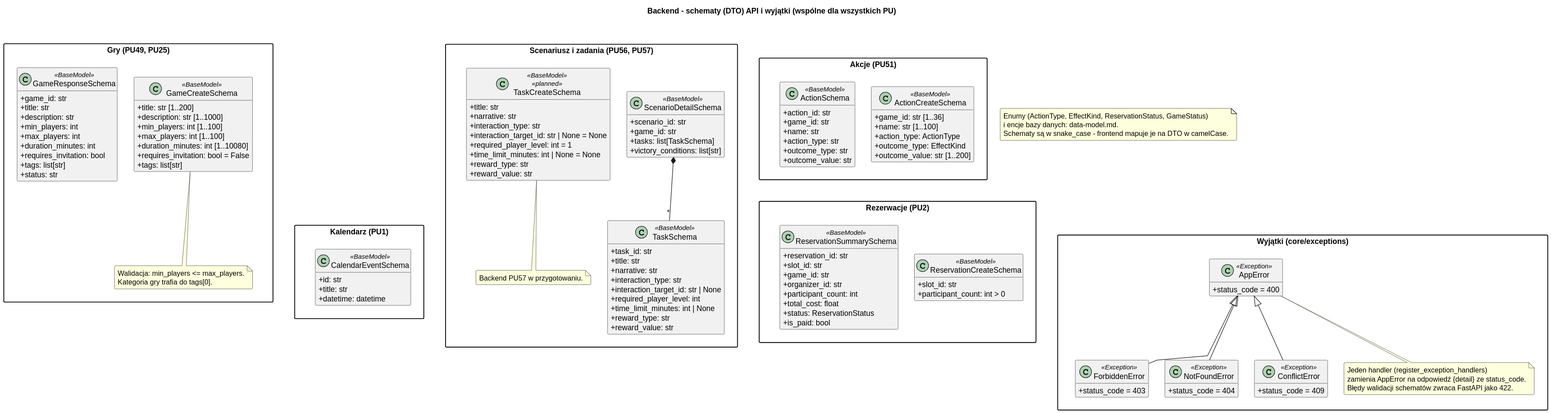
Igor-Ochocki/POP-2026Z keeps this PlantUML diagram as diagrams/backend/rendered/interfaces.svg. Above is the earlier version.
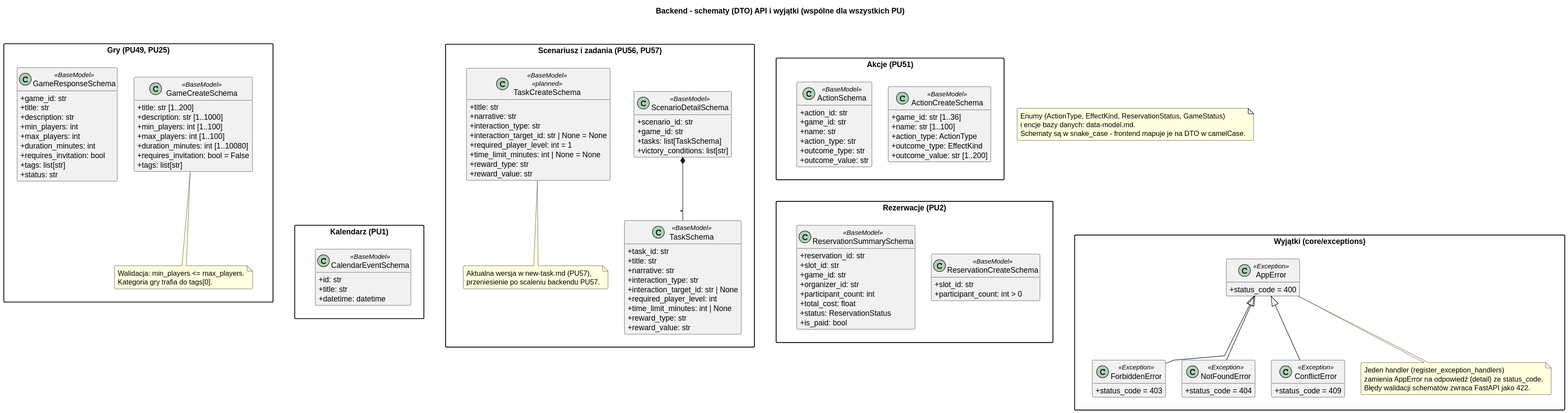
The same diagram one commit later.

Diff of the diagram source:
```diff
@@ -73,7 +73,8 @@
     ScenarioDetailSchema *-- "*" TaskSchema
 
     note bottom of TaskCreateSchema
-        Backend PU57 w przygotowaniu.
+        Aktualna wersja w new-task.md (PU57),
+        przeniesienie po scaleniu backendu PU57.
     end note
 }
 
```
